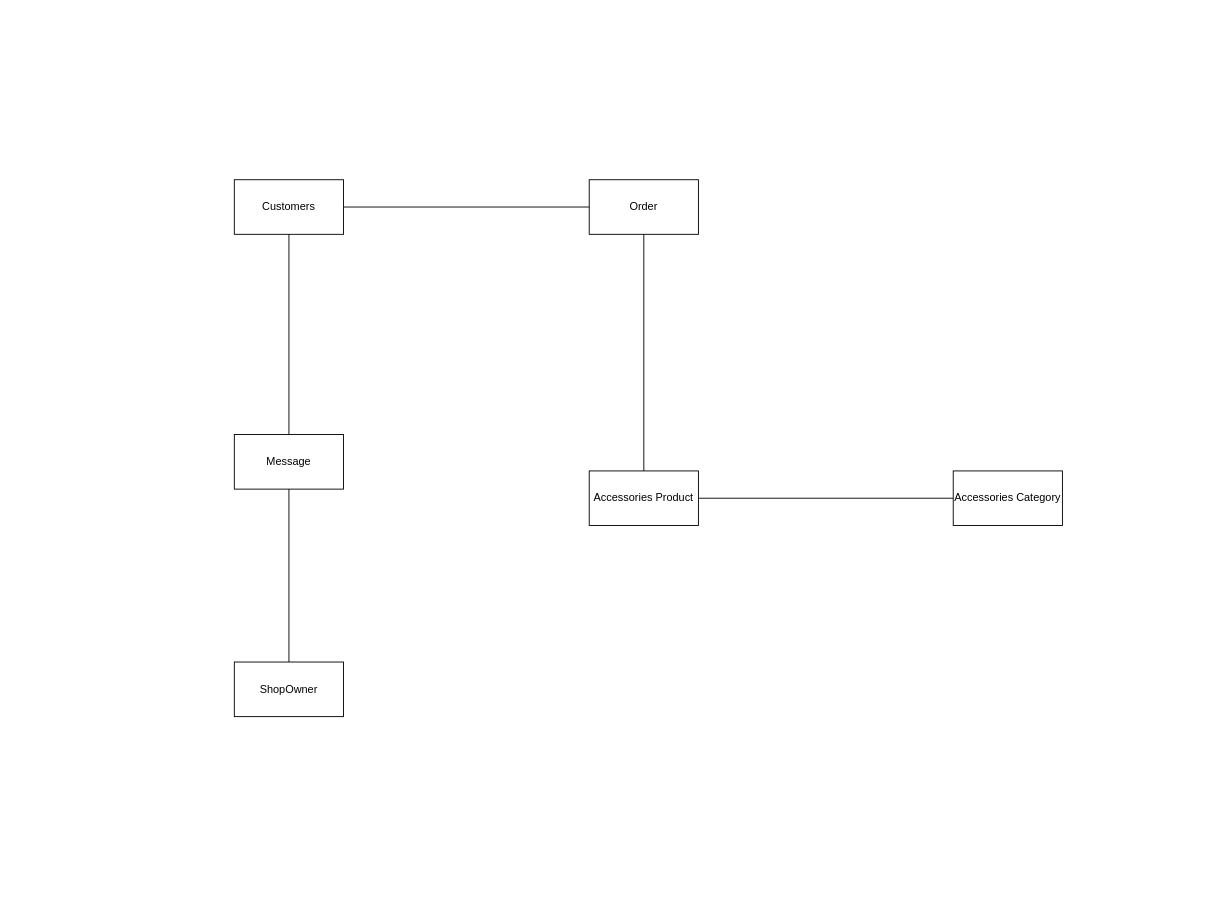
caoquy2000/AsmSWE102-PTOnline-PhotographerOnline keeps this draw.io diagram as 02_ASM_SWE102/Untitled Diagram.drawio. Above is the earlier version. Source tidied: cells renumbered, new cells numbered last; positions are measured from the earlier drawing's top-left corner, leaving out a move shared by most shapes. Both pictures are drawn from the tidied source at 91%, with x=0, y=0 at pixel (234, 179).
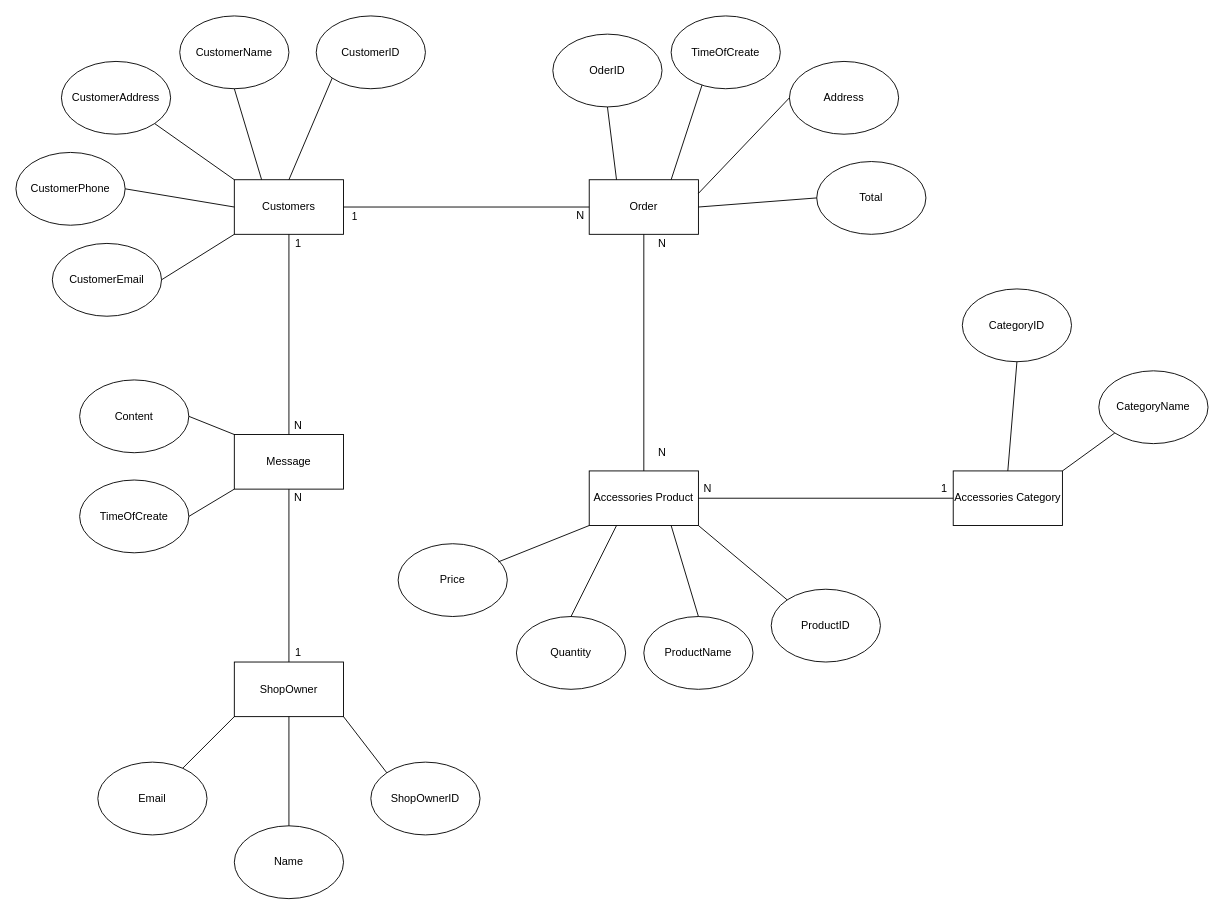
The same page after the edit.

The change refers to these unchanged cells:
```xml
<mxCell id="2" value="Accessories Product" style="rounded=0;whiteSpace=wrap;html=1;" parent="1" vertex="1">
  <mxGeometry x="390" y="320" width="120" height="60" as="geometry" />
</mxCell>
<mxCell id="3" value="Accessories Category" style="rounded=0;whiteSpace=wrap;html=1;" parent="1" vertex="1">
  <mxGeometry x="790" y="320" width="120" height="60" as="geometry" />
</mxCell>
<mxCell id="4" value="Order" style="rounded=0;whiteSpace=wrap;html=1;" parent="1" vertex="1">
  <mxGeometry x="390" width="120" height="60" as="geometry" />
</mxCell>
<mxCell id="5" value="Customers" style="rounded=0;whiteSpace=wrap;html=1;" parent="1" vertex="1">
  <mxGeometry width="120" height="60" as="geometry" />
</mxCell>
<mxCell id="6" value="ShopOwner" style="rounded=0;whiteSpace=wrap;html=1;" parent="1" vertex="1">
  <mxGeometry y="530" width="120" height="60" as="geometry" />
</mxCell>
<mxCell id="7" value="Message" style="rounded=0;whiteSpace=wrap;html=1;" parent="1" vertex="1">
  <mxGeometry y="280" width="120" height="60" as="geometry" />
</mxCell>
<mxCell id="8" style="endArrow=none;html=1;exitX=1;exitY=0.5;exitDx=0;exitDy=0;entryX=0;entryY=0.5;entryDx=0;entryDy=0;" parent="1" edge="1" source="5" target="4">
  <mxGeometry relative="1" as="geometry" />
</mxCell>
```

What changed in the source:
```diff
@@
+    <mxCell id="13" value="1" style="edgeLabel;html=1;align=center;verticalAlign=middle;" parent="8" vertex="1">
+      <mxGeometry x="-0.92" y="-1" relative="1" as="geometry">
+        <mxPoint y="9" as="offset" />
+      </mxGeometry>
+    </mxCell>
@@
+    <mxCell id="14" value="N" style="text;html=1;align=center;verticalAlign=middle;" parent="1" vertex="1">
+      <mxGeometry x="370" y="30" width="20" height="20" as="geometry" />
+    </mxCell>
+    <mxCell id="15" value="N" style="text;html=1;align=center;verticalAlign=middle;" parent="1" vertex="1">
+      <mxGeometry x="460" y="60" width="20" height="20" as="geometry" />
+    </mxCell>
+    <mxCell id="16" value="N" style="text;html=1;align=center;verticalAlign=middle;" parent="1" vertex="1">
+      <mxGeometry x="460" y="290" width="20" height="20" as="geometry" />
+    </mxCell>
+    <mxCell id="17" value="1" style="text;html=1;align=center;verticalAlign=middle;" parent="1" vertex="1">
+      <mxGeometry x="770" y="330" width="20" height="20" as="geometry" />
+    </mxCell>
+    <mxCell id="18" value="N" style="text;html=1;align=center;verticalAlign=middle;" parent="1" vertex="1">
+      <mxGeometry x="510" y="330" width="20" height="20" as="geometry" />
+    </mxCell>
+    <mxCell id="19" value="1" style="text;html=1;align=center;verticalAlign=middle;" parent="1" vertex="1">
+      <mxGeometry x="60" y="60" width="20" height="20" as="geometry" />
+    </mxCell>
+    <mxCell id="20" value="N" style="text;html=1;align=center;verticalAlign=middle;" parent="1" vertex="1">
+      <mxGeometry x="60" y="260" width="20" height="20" as="geometry" />
+    </mxCell>
+    <mxCell id="21" value="1" style="text;html=1;align=center;verticalAlign=middle;" parent="1" vertex="1">
+      <mxGeometry x="60" y="510" width="20" height="20" as="geometry" />
+    </mxCell>
+    <mxCell id="22" value="N" style="text;html=1;align=center;verticalAlign=middle;" parent="1" vertex="1">
+      <mxGeometry x="60" y="340" width="20" height="20" as="geometry" />
+    </mxCell>
+    <mxCell id="23" value="ShopOwnerID" style="ellipse;whiteSpace=wrap;html=1;" parent="1" vertex="1">
+      <mxGeometry x="150" y="640" width="120" height="80" as="geometry" />
+    </mxCell>
+    <mxCell id="24" value="Name" style="ellipse;whiteSpace=wrap;html=1;" parent="1" vertex="1">
+      <mxGeometry y="710" width="120" height="80" as="geometry" />
+    </mxCell>
+    <mxCell id="25" value="Email" style="ellipse;whiteSpace=wrap;html=1;" parent="1" vertex="1">
+      <mxGeometry x="-150" y="640" width="120" height="80" as="geometry" />
+    </mxCell>
+    <mxCell id="26" value="Content" style="ellipse;whiteSpace=wrap;html=1;" parent="1" vertex="1">
+      <mxGeometry x="-170" y="220" width="120" height="80" as="geometry" />
+    </mxCell>
+    <mxCell id="27" value="TimeOfCreate" style="ellipse;whiteSpace=wrap;html=1;" parent="1" vertex="1">
+      <mxGeometry x="-170" y="330" width="120" height="80" as="geometry" />
+    </mxCell>
+    <mxCell id="28" value="CustomerID" style="ellipse;whiteSpace=wrap;html=1;" parent="1" vertex="1">
+      <mxGeometry x="90" y="-180" width="120" height="80" as="geometry" />
+    </mxCell>
+    <mxCell id="29" value="CustomerName" style="ellipse;whiteSpace=wrap;html=1;" parent="1" vertex="1">
+      <mxGeometry x="-60" y="-180" width="120" height="80" as="geometry" />
+    </mxCell>
+    <mxCell id="30" value="CustomerAddress" style="ellipse;whiteSpace=wrap;html=1;" parent="1" vertex="1">
+      <mxGeometry x="-190" y="-130" width="120" height="80" as="geometry" />
+    </mxCell>
+    <mxCell id="31" value="CustomerPhone" style="ellipse;whiteSpace=wrap;html=1;" parent="1" vertex="1">
+      <mxGeometry x="-240" y="-30" width="120" height="80" as="geometry" />
+    </mxCell>
+    <mxCell id="32" value="CustomerEmail" style="ellipse;whiteSpace=wrap;html=1;" parent="1" vertex="1">
+      <mxGeometry x="-200" y="70" width="120" height="80" as="geometry" />
+    </mxCell>
+    <mxCell id="33" value="OderID" style="ellipse;whiteSpace=wrap;html=1;" parent="1" vertex="1">
+      <mxGeometry x="350" y="-160" width="120" height="80" as="geometry" />
+    </mxCell>
+    <mxCell id="34" value="TimeOfCreate" style="ellipse;whiteSpace=wrap;html=1;" parent="1" vertex="1">
+      <mxGeometry x="480" y="-180" width="120" height="80" as="geometry" />
+    </mxCell>
+    <mxCell id="35" value="ProductID" style="ellipse;whiteSpace=wrap;html=1;" parent="1" vertex="1">
+      <mxGeometry x="590" y="450" width="120" height="80" as="geometry" />
+    </mxCell>
+    <mxCell id="36" value="ProductName" style="ellipse;whiteSpace=wrap;html=1;" parent="1" vertex="1">
+      <mxGeometry x="450" y="480" width="120" height="80" as="geometry" />
+    </mxCell>
+    <mxCell id="37" value="Quantity" style="ellipse;whiteSpace=wrap;html=1;" parent="1" vertex="1">
+      <mxGeometry x="310" y="480" width="120" height="80" as="geometry" />
+    </mxCell>
+    <mxCell id="38" value="Price" style="ellipse;whiteSpace=wrap;html=1;" parent="1" vertex="1">
+      <mxGeometry x="180" y="400" width="120" height="80" as="geometry" />
+    </mxCell>
+    <mxCell id="39" value="CategoryID" style="ellipse;whiteSpace=wrap;html=1;" parent="1" vertex="1">
+      <mxGeometry x="800" y="120" width="120" height="80" as="geometry" />
+    </mxCell>
+    <mxCell id="40" value="CategoryName" style="ellipse;whiteSpace=wrap;html=1;" parent="1" vertex="1">
+      <mxGeometry x="950" y="210" width="120" height="80" as="geometry" />
+    </mxCell>
+    <mxCell id="41" style="endArrow=none;html=1;entryX=0.5;entryY=1;entryDx=0;entryDy=0;exitX=0.5;exitY=0;exitDx=0;exitDy=0;" parent="1" edge="1" source="3" target="39">
+      <mxGeometry relative="1" as="geometry" />
+    </mxCell>
+    <mxCell id="42" style="endArrow=none;html=1;exitX=1;exitY=0;exitDx=0;exitDy=0;entryX=0;entryY=1;entryDx=0;entryDy=0;" parent="1" edge="1" source="3" target="40">
+      <mxGeometry relative="1" as="geometry" />
+    </mxCell>
+    <mxCell id="43" style="endArrow=none;html=1;exitX=1;exitY=1;exitDx=0;exitDy=0;entryX=0;entryY=0;entryDx=0;entryDy=0;" parent="1" edge="1" source="2" target="35">
+      <mxGeometry relative="1" as="geometry" />
+    </mxCell>
+    <mxCell id="44" style="endArrow=none;html=1;entryX=0.75;entryY=1;entryDx=0;entryDy=0;exitX=0.5;exitY=0;exitDx=0;exitDy=0;" parent="1" edge="1" source="36" target="2">
+      <mxGeometry relative="1" as="geometry" />
+    </mxCell>
+    <mxCell id="45" style="endArrow=none;html=1;entryX=0.25;entryY=1;entryDx=0;entryDy=0;exitX=0.5;exitY=0;exitDx=0;exitDy=0;" parent="1" edge="1" source="37" target="2">
+      <mxGeometry relative="1" as="geometry" />
+    </mxCell>
+    <mxCell id="46" style="endArrow=none;html=1;entryX=0;entryY=1;entryDx=0;entryDy=0;" parent="1" edge="1" target="2">
+      <mxGeometry relative="1" as="geometry">
+        <mxPoint x="290" y="420" as="sourcePoint" />
+      </mxGeometry>
+    </mxCell>
+    <mxCell id="47" style="endArrow=none;html=1;entryX=0.5;entryY=1;entryDx=0;entryDy=0;exitX=0.25;exitY=0;exitDx=0;exitDy=0;" parent="1" edge="1" source="4" target="33">
+      <mxGeometry relative="1" as="geometry" />
+    </mxCell>
+    <mxCell id="48" style="endArrow=none;html=1;entryX=0.283;entryY=0.95;entryDx=0;entryDy=0;entryPerimeter=0;exitX=0.75;exitY=0;exitDx=0;exitDy=0;" parent="1" edge="1" source="4" target="34">
+      <mxGeometry relative="1" as="geometry" />
+    </mxCell>
+    <mxCell id="49" value="Address" style="ellipse;whiteSpace=wrap;html=1;" parent="1" vertex="1">
+      <mxGeometry x="610" y="-130" width="120" height="80" as="geometry" />
+    </mxCell>
+    <mxCell id="50" style="endArrow=none;html=1;exitX=1;exitY=0.25;exitDx=0;exitDy=0;entryX=0;entryY=0.5;entryDx=0;entryDy=0;" parent="1" edge="1" source="4" target="49">
+      <mxGeometry relative="1" as="geometry" />
+    </mxCell>
+    <mxCell id="51" value="Total" style="ellipse;whiteSpace=wrap;html=1;" parent="1" vertex="1">
+      <mxGeometry x="640" y="-20" width="120" height="80" as="geometry" />
+    </mxCell>
+    <mxCell id="52" style="endArrow=none;html=1;exitX=1;exitY=0.5;exitDx=0;exitDy=0;entryX=0;entryY=0.5;entryDx=0;entryDy=0;" parent="1" edge="1" source="4" target="51">
+      <mxGeometry relative="1" as="geometry" />
+    </mxCell>
+    <mxCell id="53" style="endArrow=none;html=1;entryX=0;entryY=1;entryDx=0;entryDy=0;" parent="1" edge="1" source="25" target="6">
+      <mxGeometry relative="1" as="geometry" />
+    </mxCell>
+    <mxCell id="54" style="endArrow=none;html=1;entryX=0.5;entryY=1;entryDx=0;entryDy=0;exitX=0.5;exitY=0;exitDx=0;exitDy=0;" parent="1" edge="1" source="24" target="6">
+      <mxGeometry relative="1" as="geometry" />
+    </mxCell>
+    <mxCell id="55" style="endArrow=none;html=1;entryX=1;entryY=1;entryDx=0;entryDy=0;exitX=0;exitY=0;exitDx=0;exitDy=0;" parent="1" edge="1" source="23" target="6">
+      <mxGeometry relative="1" as="geometry" />
+    </mxCell>
+    <mxCell id="56" style="endArrow=none;html=1;entryX=0;entryY=0;entryDx=0;entryDy=0;exitX=1;exitY=0.5;exitDx=0;exitDy=0;" parent="1" edge="1" source="26" target="7">
+      <mxGeometry relative="1" as="geometry" />
+    </mxCell>
+    <mxCell id="57" style="endArrow=none;html=1;entryX=0;entryY=1;entryDx=0;entryDy=0;exitX=1;exitY=0.5;exitDx=0;exitDy=0;" parent="1" edge="1" source="27" target="7">
+      <mxGeometry relative="1" as="geometry" />
+    </mxCell>
+    <mxCell id="58" style="endArrow=none;html=1;entryX=0;entryY=1;entryDx=0;entryDy=0;exitX=1;exitY=0.5;exitDx=0;exitDy=0;" parent="1" edge="1" source="32" target="5">
+      <mxGeometry relative="1" as="geometry" />
+    </mxCell>
+    <mxCell id="59" style="endArrow=none;html=1;entryX=0;entryY=0.5;entryDx=0;entryDy=0;exitX=1;exitY=0.5;exitDx=0;exitDy=0;" parent="1" edge="1" source="31" target="5">
+      <mxGeometry relative="1" as="geometry" />
+    </mxCell>
+    <mxCell id="60" style="endArrow=none;html=1;entryX=0;entryY=0;entryDx=0;entryDy=0;exitX=1;exitY=1;exitDx=0;exitDy=0;" parent="1" edge="1" source="30" target="5">
+      <mxGeometry relative="1" as="geometry" />
+    </mxCell>
+    <mxCell id="61" style="endArrow=none;html=1;exitX=0.25;exitY=0;exitDx=0;exitDy=0;entryX=0.5;entryY=1;entryDx=0;entryDy=0;" parent="1" edge="1" source="5" target="29">
+      <mxGeometry relative="1" as="geometry" />
+    </mxCell>
+    <mxCell id="62" style="endArrow=none;html=1;entryX=0;entryY=1;entryDx=0;entryDy=0;exitX=0.5;exitY=0;exitDx=0;exitDy=0;" parent="1" edge="1" source="5" target="28">
+      <mxGeometry relative="1" as="geometry" />
+    </mxCell>
```
